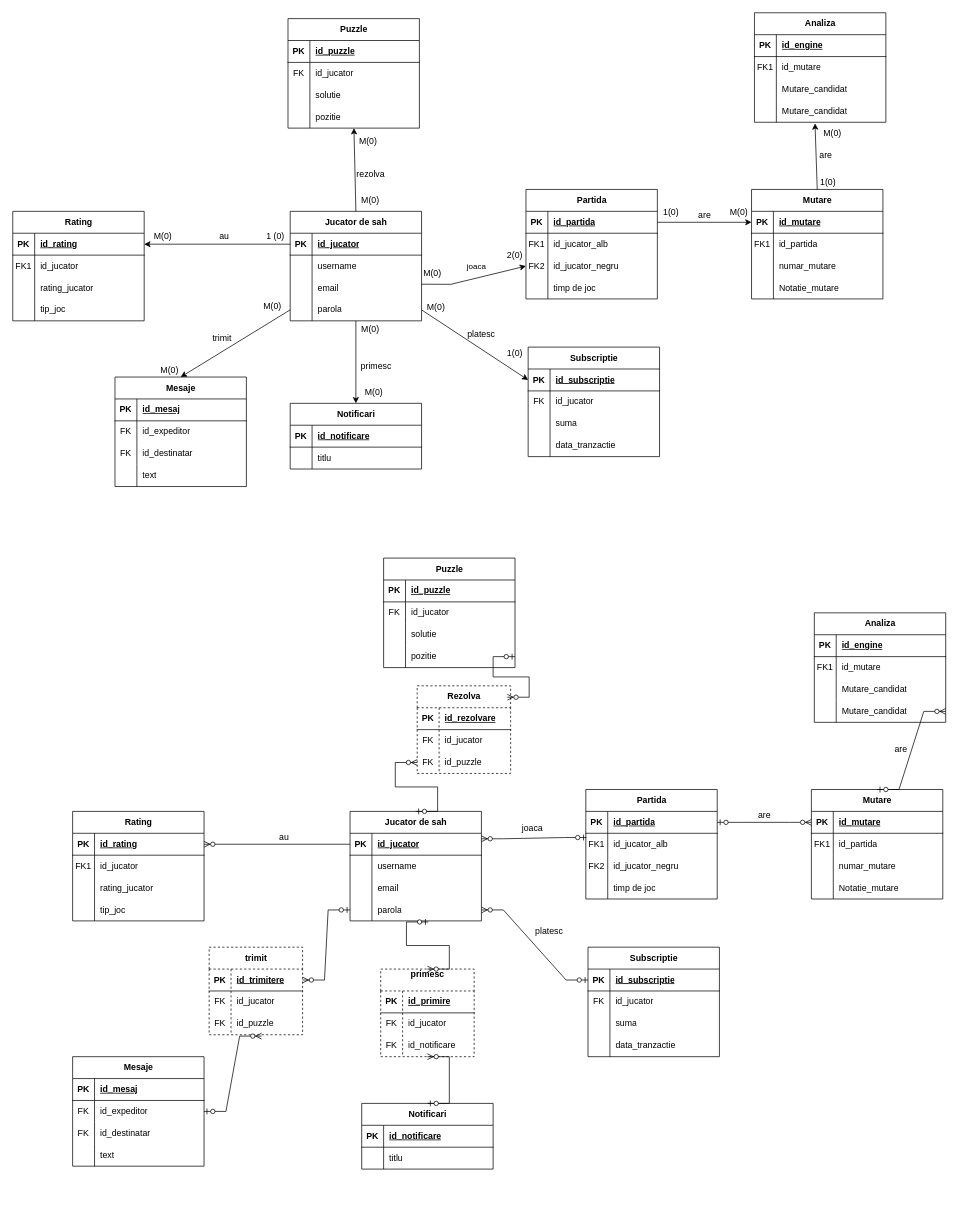
The draw.io diagram Anul1/Semestrul 2/BD/proiect/copie_diagrama.drawio in CiprianVlad/facultate, before the edit. Source tidied: cells renumbered, new cells numbered last; positions are measured from the earlier drawing's top-left corner, leaving out a move shared by most shapes. Both pictures are drawn from the tidied source at 73%, with x=0, y=0 at pixel (12, 12).
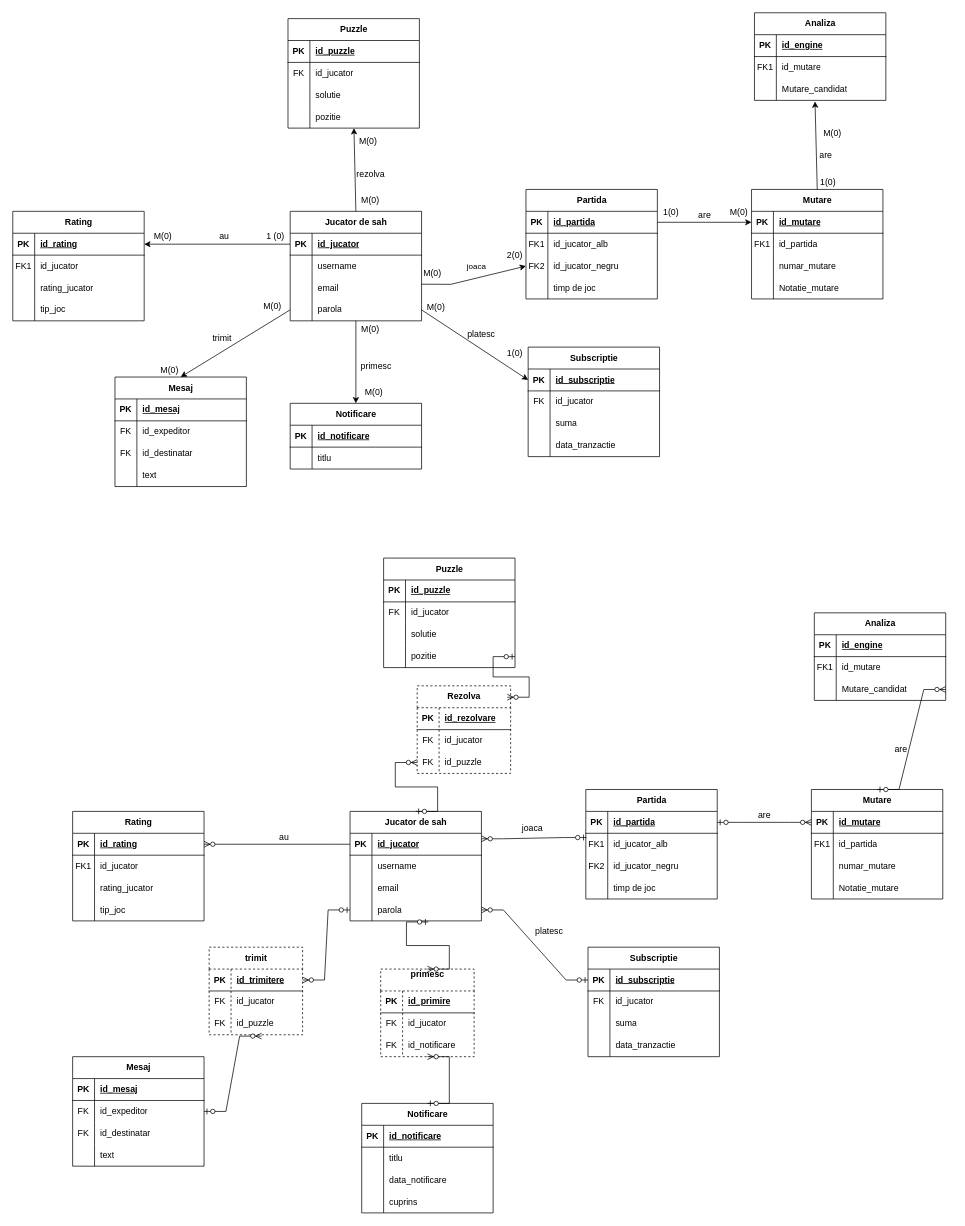
The same page after the edit.

Diff of the diagram source:
```diff
@@
     <mxCell id="28" value="Analiza" style="shape=table;startSize=30;childLayout=tableLayout;rowLines=0;fontStyle=1;align=center;html=1;" parent="1" vertex="1">
-      <mxGeometry x="1016" width="180" height="150" as="geometry" />
+      <mxGeometry x="1016" width="180" height="120" as="geometry" />
     </mxCell>
@@
-    <mxCell id="35" style="shape=tableRow;horizontal=0;startSize=0;swimlaneHead=0;swimlaneBody=0;fillColor=none;top=0;left=0;right=0;bottom=0;" parent="28" vertex="1">
-      <mxGeometry y="90" width="180" height="30" as="geometry" />
-    </mxCell>
-    <mxCell id="36" style="shape=partialRectangle;fillColor=none;top=0;left=0;bottom=0;right=0;overflow=hidden;whiteSpace=wrap;html=1;" parent="35" vertex="1">
-      <mxGeometry width="30" height="30" as="geometry" />
-    </mxCell>
-    <mxCell id="37" value="Mutare_candidat" style="shape=partialRectangle;fillColor=none;top=0;left=0;bottom=0;right=0;align=left;spacingLeft=6;overflow=hidden;whiteSpace=wrap;html=1;" parent="35" vertex="1">
-      <mxGeometry x="30" width="150" height="30" as="geometry" />
-    </mxCell>
     <mxCell id="38" style="shape=tableRow;horizontal=0;startSize=0;swimlaneHead=0;swimlaneBody=0;fillColor=none;points=[[0,0.5],[1,0.5]];portConstraint=eastwest;top=0;left=0;right=0;bottom=0;" parent="28" vertex="1">
-      <mxGeometry y="120" width="180" height="30" as="geometry" />
+      <mxGeometry y="90" width="180" height="30" as="geometry" />
     </mxCell>
@@
-    <mxCell id="115" value="Mesaje" style="shape=table;startSize=30;childLayout=tableLayout;rowLines=0;fontStyle=1;align=center;html=1;" parent="1" vertex="1">
+    <mxCell id="115" value="Mesaj" style="shape=table;startSize=30;childLayout=tableLayout;rowLines=0;fontStyle=1;align=center;html=1;" parent="1" vertex="1">
       <mxGeometry x="140" y="499" width="180" height="150" as="geometry" />
     </mxCell>
@@
-    <mxCell id="128" value="Notificari" style="shape=table;startSize=30;childLayout=tableLayout;rowLines=0;fontStyle=1;align=center;html=1;" parent="1" vertex="1">
+    <mxCell id="128" value="Notificare" style="shape=table;startSize=30;childLayout=tableLayout;rowLines=0;fontStyle=1;align=center;html=1;" parent="1" vertex="1">
       <mxGeometry x="380" y="535" width="180" height="90" as="geometry" />
     </mxCell>
@@
     <mxCell id="171" value="Analiza" style="shape=table;startSize=30;childLayout=tableLayout;rowLines=0;fontStyle=1;align=center;html=1;" parent="1" vertex="1">
-      <mxGeometry x="1098" y="822" width="180" height="150" as="geometry" />
+      <mxGeometry x="1098" y="822" width="180" height="120" as="geometry" />
     </mxCell>
@@
-    <mxCell id="178" style="shape=tableRow;horizontal=0;startSize=0;swimlaneHead=0;swimlaneBody=0;fillColor=none;top=0;left=0;right=0;bottom=0;" parent="171" vertex="1">
-      <mxGeometry y="90" width="180" height="30" as="geometry" />
-    </mxCell>
-    <mxCell id="179" style="shape=partialRectangle;fillColor=none;top=0;left=0;bottom=0;right=0;overflow=hidden;whiteSpace=wrap;html=1;" parent="178" vertex="1">
-      <mxGeometry width="30" height="30" as="geometry" />
-    </mxCell>
-    <mxCell id="180" value="Mutare_candidat" style="shape=partialRectangle;fillColor=none;top=0;left=0;bottom=0;right=0;align=left;spacingLeft=6;overflow=hidden;whiteSpace=wrap;html=1;" parent="178" vertex="1">
-      <mxGeometry x="30" width="150" height="30" as="geometry" />
-    </mxCell>
     <mxCell id="181" style="shape=tableRow;horizontal=0;startSize=0;swimlaneHead=0;swimlaneBody=0;fillColor=none;points=[[0,0.5],[1,0.5]];portConstraint=eastwest;top=0;left=0;right=0;bottom=0;" parent="171" vertex="1">
-      <mxGeometry y="120" width="180" height="30" as="geometry" />
+      <mxGeometry y="90" width="180" height="30" as="geometry" />
     </mxCell>
@@
-    <mxCell id="239" value="Mesaje" style="shape=table;startSize=30;childLayout=tableLayout;rowLines=0;fontStyle=1;align=center;html=1;" parent="1" vertex="1">
+    <mxCell id="239" value="Mesaj" style="shape=table;startSize=30;childLayout=tableLayout;rowLines=0;fontStyle=1;align=center;html=1;" parent="1" vertex="1">
       <mxGeometry x="82" y="1430" width="180" height="150" as="geometry" />
     </mxCell>
@@
-    <mxCell id="252" value="Notificari" style="shape=table;startSize=30;childLayout=tableLayout;rowLines=0;fontStyle=1;align=center;html=1;" parent="1" vertex="1">
-      <mxGeometry x="478" y="1494" width="180" height="90" as="geometry" />
+    <mxCell id="252" value="Notificare" style="shape=table;startSize=30;childLayout=tableLayout;rowLines=0;fontStyle=1;align=center;html=1;" parent="1" vertex="1">
+      <mxGeometry x="478" y="1494" width="180" height="150" as="geometry" />
     </mxCell>
@@
+    <mxCell id="302" style="shape=tableRow;horizontal=0;startSize=0;swimlaneHead=0;swimlaneBody=0;fillColor=none;top=0;left=0;right=0;bottom=0;" parent="252" vertex="1">
+      <mxGeometry y="90" width="180" height="30" as="geometry" />
+    </mxCell>
+    <mxCell id="303" style="shape=partialRectangle;fillColor=none;top=0;left=0;bottom=0;right=0;overflow=hidden;whiteSpace=wrap;html=1;" parent="302" vertex="1">
+      <mxGeometry width="30" height="30" as="geometry" />
+    </mxCell>
+    <mxCell id="304" value="data_notificare" style="shape=partialRectangle;fillColor=none;top=0;left=0;bottom=0;right=0;align=left;spacingLeft=6;overflow=hidden;whiteSpace=wrap;html=1;" parent="302" vertex="1">
+      <mxGeometry x="30" width="150" height="30" as="geometry" />
+    </mxCell>
+    <mxCell id="305" style="shape=tableRow;horizontal=0;startSize=0;swimlaneHead=0;swimlaneBody=0;fillColor=none;top=0;left=0;right=0;bottom=0;" parent="252" vertex="1">
+      <mxGeometry y="120" width="180" height="30" as="geometry" />
+    </mxCell>
+    <mxCell id="306" style="shape=partialRectangle;fillColor=none;top=0;left=0;bottom=0;right=0;overflow=hidden;whiteSpace=wrap;html=1;" parent="305" vertex="1">
+      <mxGeometry width="30" height="30" as="geometry" />
+    </mxCell>
+    <mxCell id="307" value="cuprins" style="shape=partialRectangle;fillColor=none;top=0;left=0;bottom=0;right=0;align=left;spacingLeft=6;overflow=hidden;whiteSpace=wrap;html=1;" parent="305" vertex="1">
+      <mxGeometry x="30" width="150" height="30" as="geometry" />
+    </mxCell>
```
